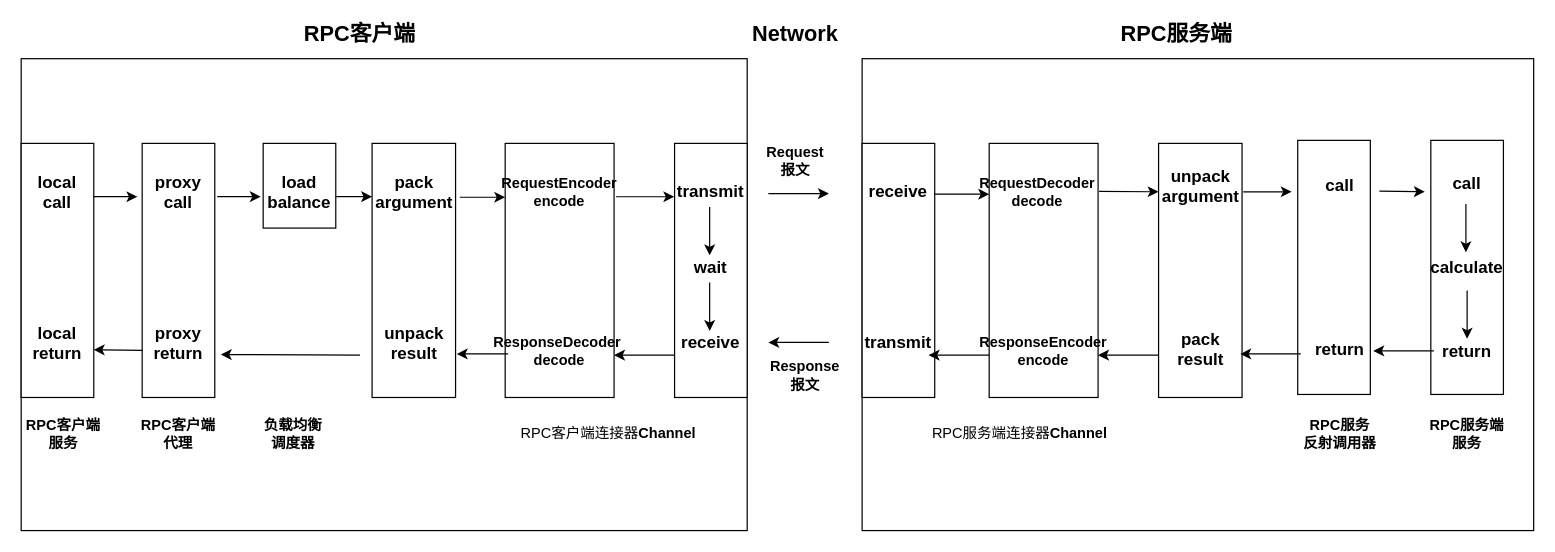
The draw.io diagram page 6 of 9 of RPC客户端.drawio in win0909/000, before the edit. Source tidied: cells renumbered, new cells numbered last; positions are measured from the earlier drawing's top-left corner, leaving out a move shared by most shapes. Both pictures are drawn from the tidied source at 121%, with x=0, y=0 at pixel (21, 22).
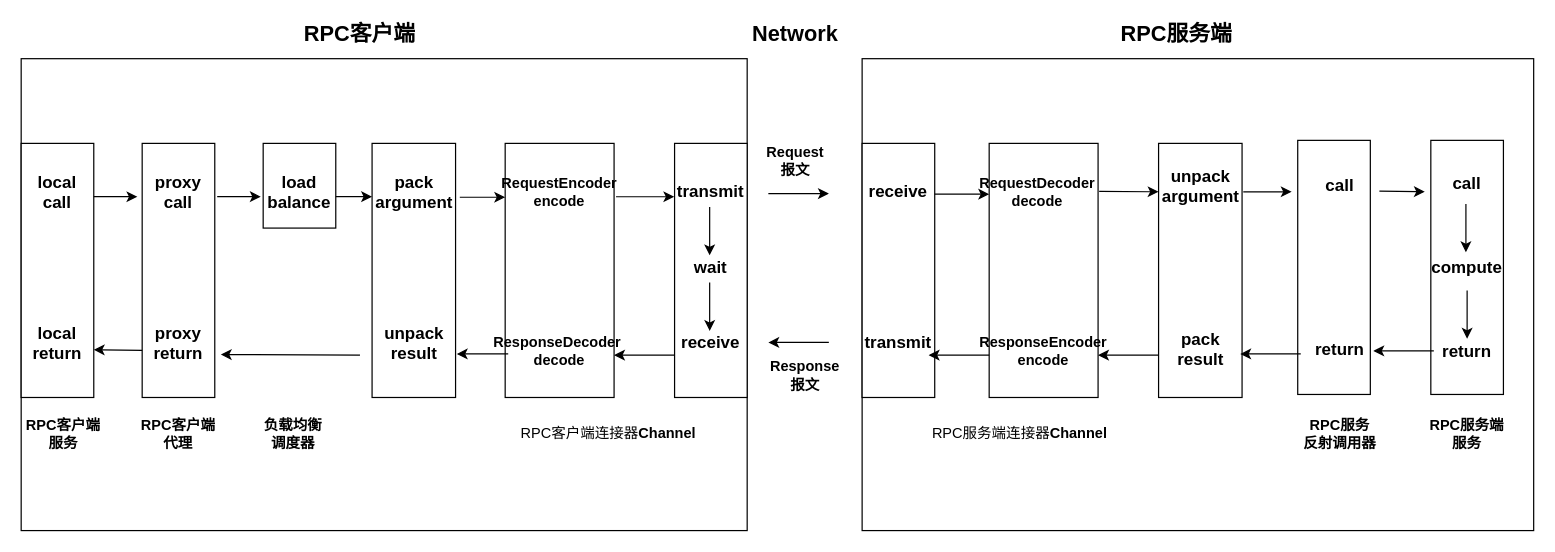
After the change.

Change to the diagram source:
```diff
@@
-    <mxCell id="44" value="&lt;b&gt;&lt;font style=&quot;font-size: 14px&quot;&gt;calculate&lt;/font&gt;&lt;/b&gt;" style="text;html=1;strokeColor=none;fillColor=none;align=center;verticalAlign=middle;whiteSpace=wrap;rounded=0;" parent="1" vertex="1">
+    <mxCell id="44" value="&lt;span style=&quot;font-size: 14px&quot;&gt;&lt;b&gt;compute&lt;/b&gt;&lt;/span&gt;&lt;br&gt;" style="text;html=1;strokeColor=none;fillColor=none;align=center;verticalAlign=middle;whiteSpace=wrap;rounded=0;" parent="1" vertex="1">
       <mxGeometry x="1175" y="192.5" width="40" height="20" as="geometry" />
     </mxCell>
```
